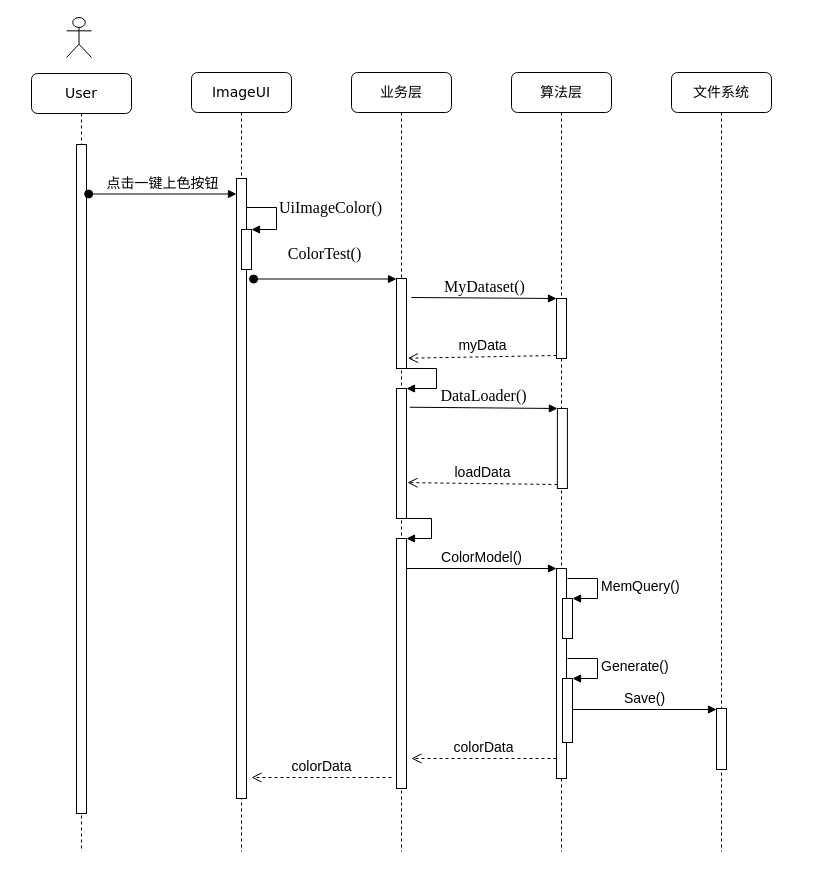
Earlier version of the draw.io diagram page "图片上色时序" (2 of 2) of Untitled Diagram.drawio (FashionSuperman/file). Source tidied: cells renumbered, new cells numbered last; positions are measured from the earlier drawing's top-left corner, leaving out a move shared by most shapes. Both pictures are drawn from the tidied source at 100%, with x=0, y=0 at pixel (31, 17).
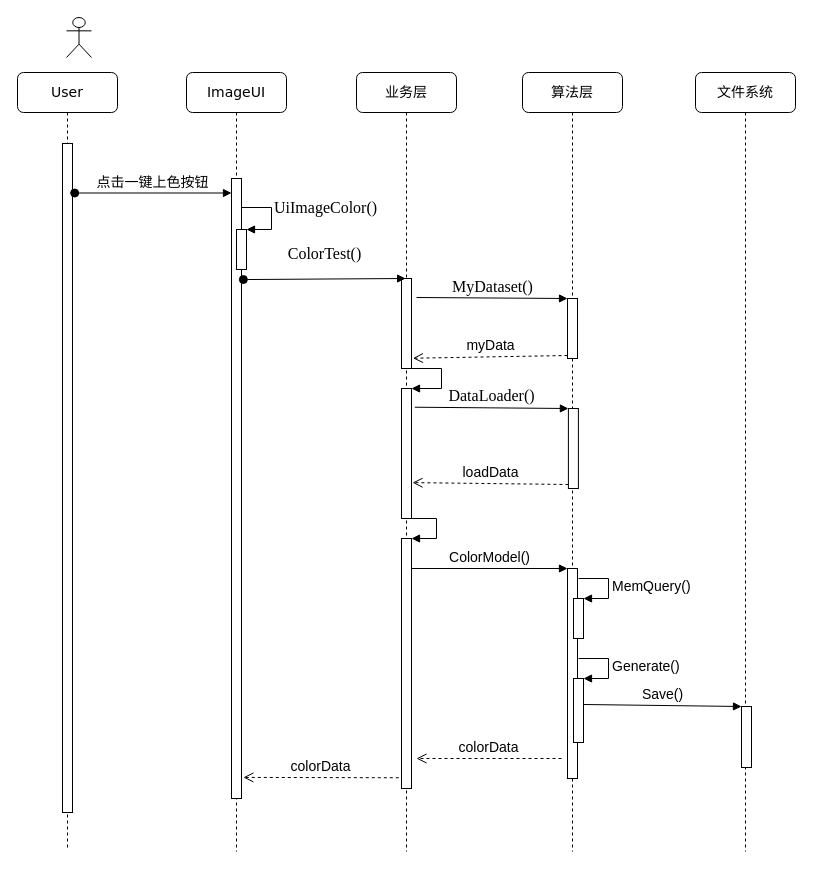
The same page after the edit.

The change refers to these unchanged cells:
```xml
<mxCell id="3" style="html=1;points=[];perimeter=orthogonalPerimeter;" parent="2" vertex="1">
  <mxGeometry x="45" y="106" width="10" height="620" as="geometry" />
</mxCell>
<mxCell id="10" style="html=1;points=[];perimeter=orthogonalPerimeter;fontSize=14;" parent="6" vertex="1">
  <mxGeometry x="45" y="466" width="10" height="250" as="geometry" />
</mxCell>
<mxCell id="13" style="html=1;points=[];perimeter=orthogonalPerimeter;fontSize=14;" parent="12" vertex="1">
  <mxGeometry x="45" y="226" width="10" height="60" as="geometry" />
</mxCell>
```

Change to the diagram source:
```diff
@@
     <mxCell id="2" value="&lt;font style=&quot;font-size: 14px&quot;&gt;ImageUI&lt;/font&gt;" style="shape=umlLifeline;perimeter=lifelinePerimeter;whiteSpace=wrap;html=1;rounded=1;shadow=0;comic=0;labelBackgroundColor=none;strokeWidth=1;fontFamily=Verdana;fontSize=12;align=center;" parent="1" vertex="1">
-      <mxGeometry x="160" y="55" width="100" height="779" as="geometry" />
+      <mxGeometry x="155" y="55" width="100" height="779" as="geometry" />
     </mxCell>
@@
     <mxCell id="6" value="&lt;font style=&quot;font-size: 14px&quot;&gt;业务层&lt;/font&gt;" style="shape=umlLifeline;perimeter=lifelinePerimeter;whiteSpace=wrap;html=1;rounded=1;shadow=0;comic=0;labelBackgroundColor=none;strokeWidth=1;fontFamily=Verdana;fontSize=12;align=center;" parent="1" vertex="1">
-      <mxGeometry x="320" y="55" width="100" height="779" as="geometry" />
+      <mxGeometry x="325" y="55" width="100" height="779" as="geometry" />
     </mxCell>
@@
     <mxCell id="12" value="&lt;font style=&quot;font-size: 14px&quot;&gt;算法层&lt;/font&gt;" style="shape=umlLifeline;perimeter=lifelinePerimeter;whiteSpace=wrap;html=1;rounded=1;shadow=0;comic=0;labelBackgroundColor=none;strokeWidth=1;fontFamily=Verdana;fontSize=12;align=center;" parent="1" vertex="1">
-      <mxGeometry x="480" y="55" width="100" height="779" as="geometry" />
+      <mxGeometry x="491" y="55" width="100" height="779" as="geometry" />
     </mxCell>
@@
     <mxCell id="20" value="&lt;font style=&quot;font-size: 14px&quot;&gt;文件系统&lt;/font&gt;" style="shape=umlLifeline;perimeter=lifelinePerimeter;whiteSpace=wrap;html=1;rounded=1;shadow=0;comic=0;labelBackgroundColor=none;strokeWidth=1;fontFamily=Verdana;fontSize=12;align=center;" parent="1" vertex="1">
-      <mxGeometry x="640" y="55" width="100" height="779" as="geometry" />
+      <mxGeometry x="664" y="55" width="100" height="779" as="geometry" />
     </mxCell>
     <mxCell id="21" value="&lt;font style=&quot;font-size: 14px&quot;&gt;User&lt;/font&gt;" style="shape=umlLifeline;perimeter=lifelinePerimeter;whiteSpace=wrap;html=1;rounded=1;shadow=0;comic=0;labelBackgroundColor=none;strokeWidth=1;fontFamily=Verdana;fontSize=12;align=center;" parent="1" vertex="1">
-      <mxGeometry y="56" width="100" height="778" as="geometry" />
+      <mxGeometry x="-14" y="55" width="100" height="778" as="geometry" />
     </mxCell>
@@
-    <mxCell id="25" value="&lt;p class=&quot;MsoNormal&quot;&gt;&lt;span style=&quot;font-size: 12.0000pt&quot;&gt;&lt;font face=&quot;Times New Roman&quot;&gt;ColorTest()&lt;/font&gt;&lt;/span&gt;&lt;/p&gt;" style="html=1;verticalAlign=bottom;startArrow=oval;endArrow=block;startSize=8;rounded=0;fontSize=14;exitX=1.714;exitY=0.511;exitDx=0;exitDy=0;exitPerimeter=0;" parent="1" edge="1">
+    <mxCell id="25" value="&lt;p class=&quot;MsoNormal&quot;&gt;&lt;span style=&quot;font-size: 12.0000pt&quot;&gt;&lt;font face=&quot;Times New Roman&quot;&gt;ColorTest()&lt;/font&gt;&lt;/span&gt;&lt;/p&gt;" style="html=1;verticalAlign=bottom;startArrow=oval;endArrow=block;startSize=8;rounded=0;fontSize=14;exitX=1.186;exitY=0.163;exitDx=0;exitDy=0;exitPerimeter=0;entryX=0.414;entryY=0.022;entryDx=0;entryDy=0;entryPerimeter=0;" parent="1" edge="1" source="3">
       <mxGeometry relative="1" as="geometry">
-        <mxPoint x="222.1" y="261.5" as="sourcePoint" />
-        <mxPoint x="365" y="261.5" as="targetPoint" />
+        <mxPoint x="374.1" y="261" as="targetPoint" />
       </mxGeometry>
     </mxCell>
     <mxCell id="26" value="&lt;span style=&quot;font-family: &amp;#34;times new roman&amp;#34; ; font-size: 16px&quot;&gt;MyDataset()&lt;/span&gt;" style="html=1;verticalAlign=bottom;endArrow=block;entryX=0;entryY=0;rounded=0;fontSize=14;" parent="1" edge="1" target="13">
       <mxGeometry relative="1" as="geometry">
-        <mxPoint x="380" y="280" as="sourcePoint" />
+        <mxPoint x="385" y="280" as="sourcePoint" />
       </mxGeometry>
     </mxCell>
@@
     <mxCell id="31" style="html=1;perimeter=orthogonalPerimeter;fontSize=14;" parent="1" vertex="1">
-      <mxGeometry x="685" y="691" width="10" height="61" as="geometry" />
+      <mxGeometry x="710" y="689" width="10" height="61" as="geometry" />
     </mxCell>
-    <mxCell id="32" value="Save()" style="html=1;verticalAlign=bottom;endArrow=block;entryX=0;entryY=0;rounded=0;fontSize=14;" parent="1" edge="1">
+    <mxCell id="32" value="Save()" style="html=1;verticalAlign=bottom;endArrow=block;rounded=0;fontSize=14;" parent="1" edge="1">
       <mxGeometry relative="1" as="geometry">
-        <mxPoint x="541" y="692" as="sourcePoint" />
-        <mxPoint x="685" y="692" as="targetPoint" />
+        <mxPoint x="552" y="687" as="sourcePoint" />
+        <mxPoint x="710" y="689" as="targetPoint" />
       </mxGeometry>
     </mxCell>
     <mxCell id="33" value="colorData" style="html=1;verticalAlign=bottom;endArrow=open;dashed=1;endSize=8;exitX=0;exitY=0.95;rounded=0;fontSize=14;" parent="1" edge="1">
       <mxGeometry relative="1" as="geometry">
-        <mxPoint x="525" y="741" as="sourcePoint" />
-        <mxPoint x="380" y="741" as="targetPoint" />
+        <mxPoint x="530" y="741" as="sourcePoint" />
+        <mxPoint x="385" y="741" as="targetPoint" />
       </mxGeometry>
     </mxCell>
-    <mxCell id="34" value="colorData" style="html=1;verticalAlign=bottom;endArrow=open;dashed=1;endSize=8;rounded=0;fontSize=14;" parent="1" edge="1">
-      <mxGeometry relative="1" as="geometry">
-        <mxPoint x="360" y="760" as="sourcePoint" />
-        <mxPoint x="220" y="760" as="targetPoint" />
-      </mxGeometry>
+    <mxCell id="34" value="colorData" style="html=1;verticalAlign=bottom;endArrow=open;dashed=1;endSize=8;rounded=0;fontSize=14;exitX=-0.271;exitY=0.957;exitDx=0;exitDy=0;exitPerimeter=0;entryX=1.186;entryY=0.966;entryDx=0;entryDy=0;entryPerimeter=0;" parent="1" edge="1" source="10" target="3">
+      <mxGeometry relative="1" as="geometry" />
     </mxCell>
```
